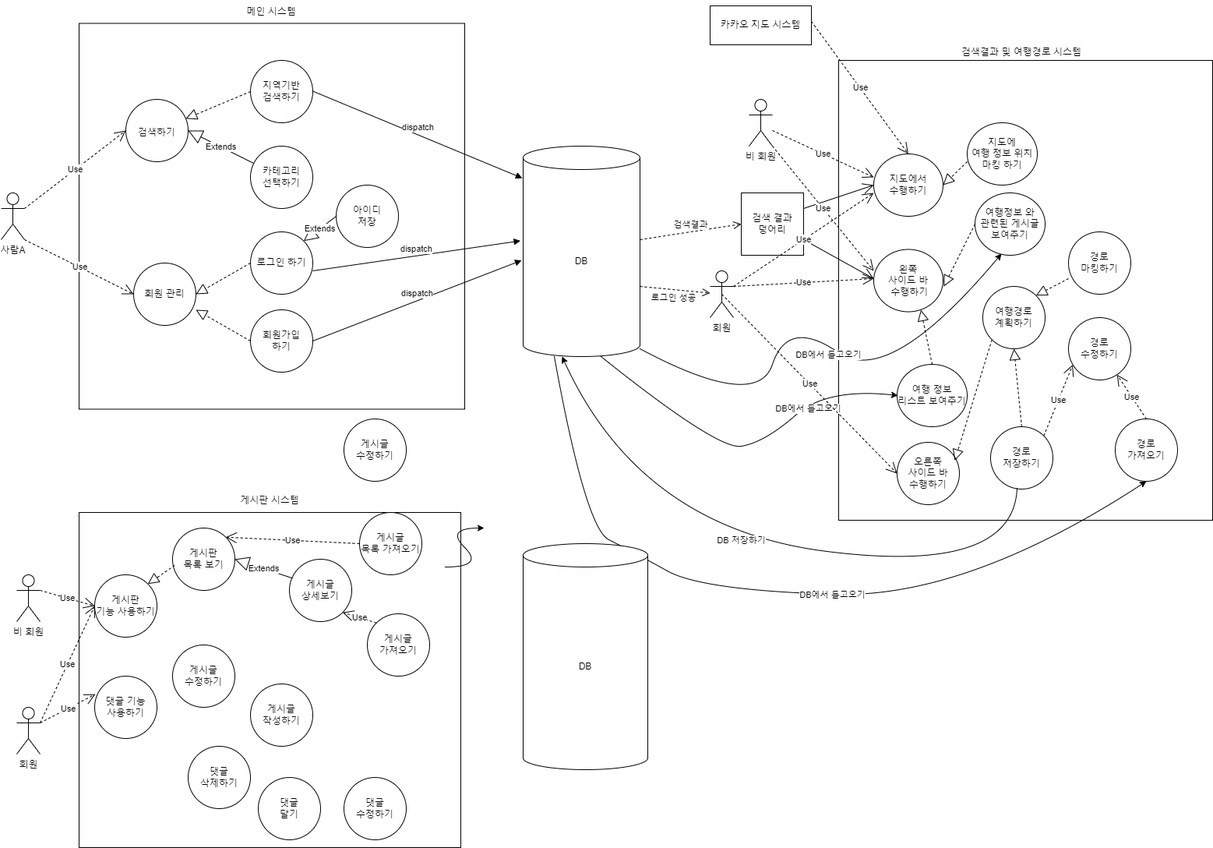
Before: usecase.drawio.png, a diagram exported from draw.io (kimhaechang1/enjoytrip). Source tidied: cells renumbered, new cells last; positions are measured from the earlier drawing's top-left corner, leaving out a move shared by most shapes.
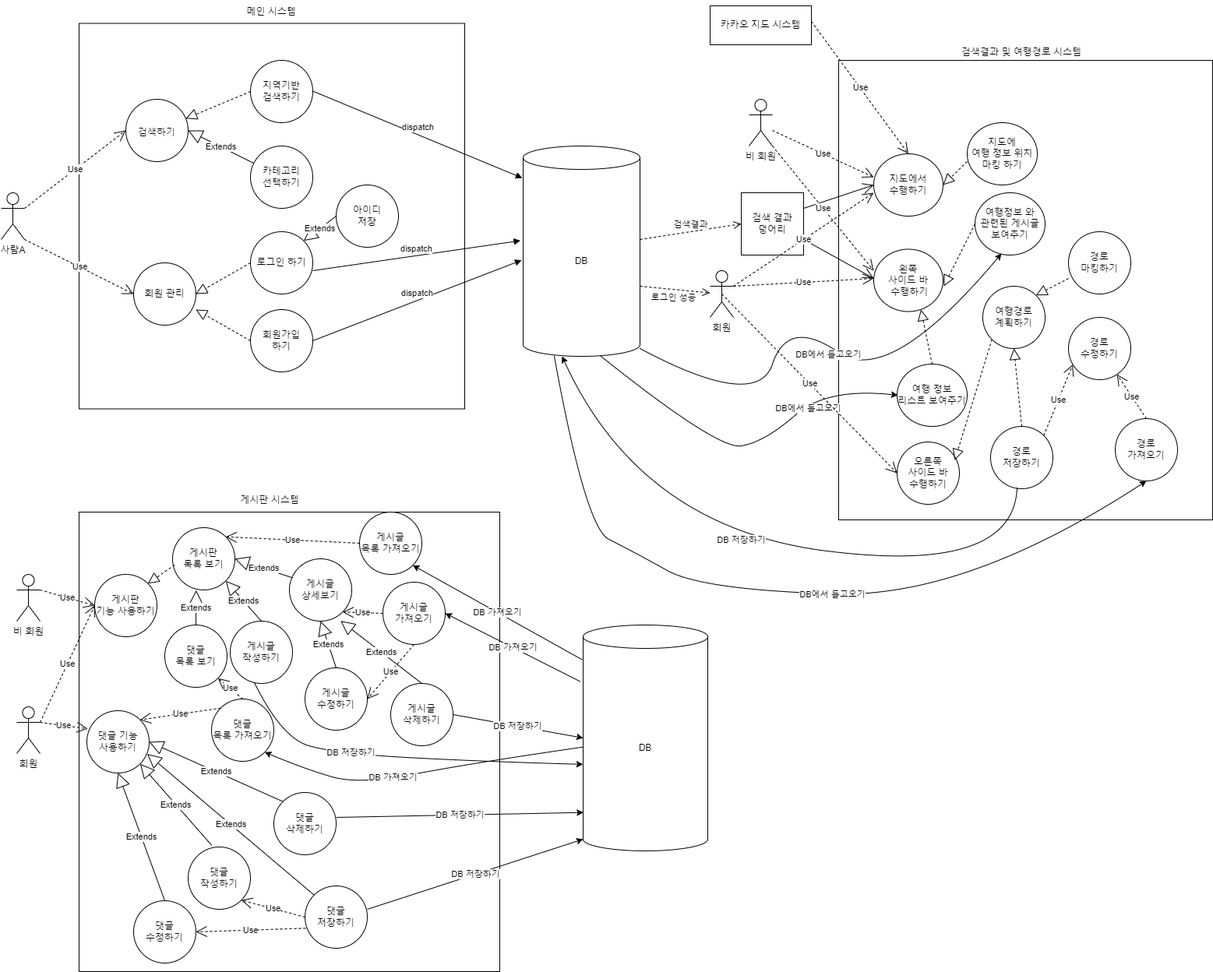
The same file after the commit.

Commit message:
usecase.drawio.png 찐찐찐막 최종본

The edit, as a diff of the source:
```diff
@@ -254,19 +254,16 @@
       </mxGeometry>
     </mxCell>
     <mxCell id="66" value="DB" style="shape=cylinder3;whiteSpace=wrap;html=1;boundedLbl=1;backgroundOutline=1;size=15;" parent="1" vertex="1">
-      <mxGeometry x="670" y="698" width="160" height="290" as="geometry" />
+      <mxGeometry x="747" y="803" width="160" height="290" as="geometry" />
     </mxCell>
     <mxCell id="67" style="rounded=0;whiteSpace=wrap;html=1;" parent="1" vertex="1">
-      <mxGeometry x="100" y="658" width="490" height="430" as="geometry" />
+      <mxGeometry x="100" y="658" width="540" height="590" as="geometry" />
     </mxCell>
     <mxCell id="68" value="게시판 시스템" style="text;html=1;strokeColor=none;fillColor=none;align=center;verticalAlign=middle;whiteSpace=wrap;rounded=0;" parent="1" vertex="1">
       <mxGeometry x="57" y="628" width="576" height="30" as="geometry" />
     </mxCell>
-    <mxCell id="69" value="게시글&lt;br&gt;수정하기" style="ellipse;whiteSpace=wrap;html=1;" parent="1" vertex="1">
-      <mxGeometry x="440" y="538" width="80" height="80" as="geometry" />
-    </mxCell>
     <mxCell id="70" value="게시글&lt;br&gt;작성하기" style="ellipse;whiteSpace=wrap;html=1;" parent="1" vertex="1">
-      <mxGeometry x="320" y="878" width="80" height="80" as="geometry" />
+      <mxGeometry x="294" y="798" width="80" height="80" as="geometry" />
     </mxCell>
     <mxCell id="71" value="게시판&lt;br&gt;목록 보기" style="ellipse;whiteSpace=wrap;html=1;" parent="1" vertex="1">
       <mxGeometry x="220" y="678" width="80" height="80" as="geometry" />
@@ -275,22 +272,22 @@
       <mxGeometry x="370" y="718" width="80" height="80" as="geometry" />
     </mxCell>
     <mxCell id="73" value="게시글&lt;br&gt;가져오기" style="ellipse;whiteSpace=wrap;html=1;" parent="1" vertex="1">
-      <mxGeometry x="470" y="788" width="80" height="80" as="geometry" />
+      <mxGeometry x="490" y="748" width="80" height="80" as="geometry" />
     </mxCell>
-    <mxCell id="74" value="댓글&lt;br&gt;달기" style="ellipse;whiteSpace=wrap;html=1;" parent="1" vertex="1">
-      <mxGeometry x="330" y="998" width="80" height="80" as="geometry" />
+    <mxCell id="74" value="댓글&lt;br&gt;작성하기" style="ellipse;whiteSpace=wrap;html=1;" parent="1" vertex="1">
+      <mxGeometry x="240" y="1088" width="80" height="80" as="geometry" />
     </mxCell>
-    <mxCell id="75" value="댓글&lt;br&gt;수정하기" style="ellipse;whiteSpace=wrap;html=1;" parent="1" vertex="1">
-      <mxGeometry x="440" y="998" width="80" height="80" as="geometry" />
+    <mxCell id="75" value="댓글&lt;br&gt;목록 가져오기" style="ellipse;whiteSpace=wrap;html=1;" parent="1" vertex="1">
+      <mxGeometry x="270" y="898" width="80" height="80" as="geometry" />
     </mxCell>
-    <mxCell id="76" value="댓글&lt;br&gt;삭제하기" style="ellipse;whiteSpace=wrap;html=1;" parent="1" vertex="1">
-      <mxGeometry x="240" y="958" width="80" height="80" as="geometry" />
+    <mxCell id="76" value="댓글&lt;br&gt;목록 보기" style="ellipse;whiteSpace=wrap;html=1;" parent="1" vertex="1">
+      <mxGeometry x="210" y="803" width="80" height="80" as="geometry" />
     </mxCell>
     <mxCell id="77" value="게시글&lt;br&gt;목록 가져오기" style="ellipse;whiteSpace=wrap;html=1;" parent="1" vertex="1">
       <mxGeometry x="460" y="658" width="80" height="80" as="geometry" />
     </mxCell>
     <mxCell id="78" value="게시글&lt;br&gt;수정하기" style="ellipse;whiteSpace=wrap;html=1;" parent="1" vertex="1">
-      <mxGeometry x="220" y="828" width="80" height="80" as="geometry" />
+      <mxGeometry x="390" y="858" width="80" height="80" as="geometry" />
     </mxCell>
     <mxCell id="79" value="회원" style="shape=umlActor;verticalLabelPosition=bottom;verticalAlign=top;html=1;outlineConnect=0;" parent="1" vertex="1">
       <mxGeometry x="20" y="908" width="30" height="60" as="geometry" />
@@ -302,7 +299,7 @@
       <mxGeometry x="120" y="738" width="80" height="80" as="geometry" />
     </mxCell>
     <mxCell id="82" value="댓글 기능&lt;br&gt;사용하기" style="ellipse;whiteSpace=wrap;html=1;" parent="1" vertex="1">
-      <mxGeometry x="120" y="868" width="80" height="80" as="geometry" />
+      <mxGeometry x="110" y="913" width="80" height="80" as="geometry" />
     </mxCell>
     <mxCell id="83" value="Use" style="endArrow=open;endSize=12;dashed=1;html=1;rounded=0;exitX=1;exitY=0.3333333333333333;exitDx=0;exitDy=0;exitPerimeter=0;entryX=0;entryY=0.5;entryDx=0;entryDy=0;" parent="1" edge="1" source="79" target="81">
       <mxGeometry relative="1" as="geometry" />
@@ -324,18 +321,98 @@
     <mxCell id="88" value="Use" style="endArrow=open;endSize=12;dashed=1;html=1;rounded=0;entryX=1;entryY=0;entryDx=0;entryDy=0;exitX=0;exitY=0.5;exitDx=0;exitDy=0;" parent="1" edge="1" source="77" target="71">
       <mxGeometry relative="1" as="geometry" />
     </mxCell>
-    <mxCell id="89" value="Use" style="endArrow=open;endSize=12;dashed=1;html=1;rounded=0;entryX=1;entryY=1;entryDx=0;entryDy=0;exitX=0;exitY=0;exitDx=0;exitDy=0;" parent="1" edge="1" source="73" target="72">
+    <mxCell id="89" value="Use" style="endArrow=open;endSize=12;dashed=1;html=1;rounded=0;entryX=1;entryY=1;entryDx=0;entryDy=0;exitX=0;exitY=0.5;exitDx=0;exitDy=0;" parent="1" edge="1" source="73" target="72">
       <mxGeometry relative="1" as="geometry" />
     </mxCell>
-    <mxCell id="90" style="curved=1;endArrow=classic;html=1;rounded=0;" parent="1" edge="1">
-      <mxGeometry relative="1" as="geometry">
-        <mxPoint x="570" y="728" as="sourcePoint" />
-        <mxPoint x="620" y="678" as="targetPoint" />
-        <Array as="points">
-          <mxPoint x="620" y="728" />
-          <mxPoint x="570" y="678" />
-        </Array>
-      </mxGeometry>
-    </mxCell>
+    <mxCell id="91" value="DB 가져오기" style="endArrow=classic;html=1;rounded=0;exitX=-0.009;exitY=0.153;exitDx=0;exitDy=0;exitPerimeter=0;entryX=1;entryY=1;entryDx=0;entryDy=0;" parent="1" edge="1" source="66" target="77">
+      <mxGeometry relative="1" as="geometry" />
+    </mxCell>
+    <mxCell id="92" value="DB 가져오기" style="endArrow=classic;html=1;rounded=0;exitX=-0.024;exitY=0.25;exitDx=0;exitDy=0;exitPerimeter=0;entryX=1;entryY=0.5;entryDx=0;entryDy=0;" parent="1" edge="1" source="66" target="73">
+      <mxGeometry relative="1" as="geometry" />
+    </mxCell>
+    <mxCell id="93" value="Extends" style="endArrow=block;endSize=16;endFill=0;html=1;rounded=0;exitX=0.5;exitY=0;exitDx=0;exitDy=0;entryX=1;entryY=1;entryDx=0;entryDy=0;" parent="1" edge="1" source="70" target="71">
+      <mxGeometry relative="1" as="geometry" />
+    </mxCell>
+    <mxCell id="94" value="Use" style="endArrow=open;endSize=12;dashed=1;html=1;rounded=0;entryX=1;entryY=0.5;entryDx=0;entryDy=0;exitX=0.5;exitY=1;exitDx=0;exitDy=0;" parent="1" edge="1" source="73" target="78">
+      <mxGeometry relative="1" as="geometry" />
+    </mxCell>
+    <mxCell id="95" value="Extends" style="endArrow=block;endSize=16;endFill=0;html=1;rounded=0;exitX=0.5;exitY=0;exitDx=0;exitDy=0;entryX=0.5;entryY=1;entryDx=0;entryDy=0;" parent="1" edge="1" source="78" target="72">
+      <mxGeometry relative="1" as="geometry" />
+    </mxCell>
+    <mxCell id="96" value="게시글&lt;br&gt;삭제하기" style="ellipse;whiteSpace=wrap;html=1;" parent="1" vertex="1">
+      <mxGeometry x="500" y="878" width="80" height="80" as="geometry" />
+    </mxCell>
+    <mxCell id="97" value="Extends" style="endArrow=block;endSize=16;endFill=0;html=1;rounded=0;exitX=0.5;exitY=0;exitDx=0;exitDy=0;entryX=0.821;entryY=0.996;entryDx=0;entryDy=0;entryPerimeter=0;" parent="1" edge="1" source="96" target="72">
+      <mxGeometry relative="1" as="geometry" />
+    </mxCell>
+    <mxCell id="98" style="curved=1;endArrow=classic;html=1;rounded=0;entryX=-0.001;entryY=0.617;entryDx=0;entryDy=0;entryPerimeter=0;exitX=0.388;exitY=0.988;exitDx=0;exitDy=0;exitPerimeter=0;" parent="1" edge="1" source="70" target="66">
+      <mxGeometry relative="1" as="geometry">
+        <Array as="points">
+          <mxPoint x="360" y="948" />
+          <mxPoint x="430" y="968" />
+          <mxPoint x="610" y="978" />
+        </Array>
+      </mxGeometry>
+    </mxCell>
+    <mxCell id="99" value="DB 저장하기" style="edgeLabel;html=1;align=center;verticalAlign=middle;" parent="98" vertex="1">
+      <mxGeometry x="-0.27" y="3" relative="1" as="geometry" />
+    </mxCell>
+    <mxCell id="100" value="Extends" style="endArrow=block;endSize=16;endFill=0;html=1;rounded=0;exitX=0.5;exitY=0;exitDx=0;exitDy=0;entryX=0.379;entryY=1.003;entryDx=0;entryDy=0;entryPerimeter=0;" parent="1" edge="1" source="76" target="71">
+      <mxGeometry relative="1" as="geometry" />
+    </mxCell>
+    <mxCell id="101" value="Use" style="endArrow=open;endSize=12;dashed=1;html=1;rounded=0;entryX=1;entryY=1;entryDx=0;entryDy=0;exitX=0.5;exitY=0;exitDx=0;exitDy=0;" parent="1" edge="1" source="75" target="76">
+      <mxGeometry relative="1" as="geometry" />
+    </mxCell>
+    <mxCell id="102" style="curved=1;endArrow=classic;html=1;rounded=0;entryX=1;entryY=1;entryDx=0;entryDy=0;" parent="1" edge="1" source="66" target="75">
+      <mxGeometry relative="1" as="geometry">
+        <Array as="points">
+          <mxPoint x="600" y="981" />
+          <mxPoint x="460" y="1008" />
+          <mxPoint x="390" y="988" />
+        </Array>
+      </mxGeometry>
+    </mxCell>
+    <mxCell id="103" value="DB 가져오기" style="edgeLabel;html=1;align=center;verticalAlign=middle;" parent="102" vertex="1">
+      <mxGeometry x="0.18" y="-1" relative="1" as="geometry" />
+    </mxCell>
+    <mxCell id="104" value="댓글&lt;br&gt;수정하기" style="ellipse;whiteSpace=wrap;html=1;" parent="1" vertex="1">
+      <mxGeometry x="170" y="1157" width="80" height="80" as="geometry" />
+    </mxCell>
+    <mxCell id="105" value="댓글&lt;br&gt;저장하기" style="ellipse;whiteSpace=wrap;html=1;" parent="1" vertex="1">
+      <mxGeometry x="390" y="1138" width="80" height="80" as="geometry" />
+    </mxCell>
+    <mxCell id="106" value="댓글&lt;br&gt;삭제하기" style="ellipse;whiteSpace=wrap;html=1;" parent="1" vertex="1">
+      <mxGeometry x="350" y="1018" width="80" height="80" as="geometry" />
+    </mxCell>
+    <mxCell id="107" value="DB 저장하기" style="endArrow=classic;html=1;rounded=0;exitX=1;exitY=0.5;exitDx=0;exitDy=0;entryX=0;entryY=0.5;entryDx=0;entryDy=0;entryPerimeter=0;" parent="1" edge="1" source="96" target="66">
+      <mxGeometry relative="1" as="geometry" />
+    </mxCell>
+    <mxCell id="108" value="Extends" style="endArrow=block;endSize=16;endFill=0;html=1;rounded=0;exitX=0.379;exitY=-0.026;exitDx=0;exitDy=0;entryX=1;entryY=1;entryDx=0;entryDy=0;exitPerimeter=0;" parent="1" edge="1" source="74" target="82">
+      <mxGeometry relative="1" as="geometry" />
+    </mxCell>
+    <mxCell id="109" value="Extends" style="endArrow=block;endSize=16;endFill=0;html=1;rounded=0;exitX=0.5;exitY=0;exitDx=0;exitDy=0;entryX=0.5;entryY=1;entryDx=0;entryDy=0;" parent="1" edge="1" source="104" target="82">
+      <mxGeometry relative="1" as="geometry" />
+    </mxCell>
+    <mxCell id="110" value="Extends" style="endArrow=block;endSize=16;endFill=0;html=1;rounded=0;exitX=0;exitY=0;exitDx=0;exitDy=0;entryX=1;entryY=0.5;entryDx=0;entryDy=0;" parent="1" edge="1" source="106" target="82">
+      <mxGeometry relative="1" as="geometry" />
+    </mxCell>
+    <mxCell id="111" value="Extends" style="endArrow=block;endSize=16;endFill=0;html=1;rounded=0;exitX=0;exitY=0;exitDx=0;exitDy=0;entryX=0.968;entryY=0.694;entryDx=0;entryDy=0;entryPerimeter=0;" parent="1" edge="1" source="105" target="82">
+      <mxGeometry relative="1" as="geometry" />
+    </mxCell>
+    <mxCell id="112" value="DB 저장하기" style="endArrow=classic;html=1;rounded=0;exitX=1.004;exitY=0.4;exitDx=0;exitDy=0;entryX=0.002;entryY=0.83;entryDx=0;entryDy=0;entryPerimeter=0;exitPerimeter=0;" parent="1" edge="1" source="106" target="66">
+      <mxGeometry relative="1" as="geometry" />
+    </mxCell>
+    <mxCell id="113" value="Use" style="endArrow=open;endSize=12;dashed=1;html=1;rounded=0;entryX=1;entryY=1;entryDx=0;entryDy=0;exitX=0;exitY=0.5;exitDx=0;exitDy=0;" parent="1" edge="1" source="105" target="74">
+      <mxGeometry relative="1" as="geometry" />
+    </mxCell>
+    <mxCell id="114" value="Use" style="endArrow=open;endSize=12;dashed=1;html=1;rounded=0;entryX=1;entryY=0.5;entryDx=0;entryDy=0;exitX=0.012;exitY=0.679;exitDx=0;exitDy=0;exitPerimeter=0;" parent="1" edge="1" source="105" target="104">
+      <mxGeometry relative="1" as="geometry" />
+    </mxCell>
+    <mxCell id="115" value="DB 저장하기" style="endArrow=classic;html=1;rounded=0;exitX=1;exitY=0.375;exitDx=0;exitDy=0;entryX=0;entryY=1;entryDx=0;entryDy=-15;entryPerimeter=0;exitPerimeter=0;" parent="1" edge="1" source="105" target="66">
+      <mxGeometry relative="1" as="geometry" />
+    </mxCell>
+    <mxCell id="116" value="Use" style="endArrow=open;endSize=12;dashed=1;html=1;rounded=0;entryX=1;entryY=0;entryDx=0;entryDy=0;exitX=0;exitY=0;exitDx=0;exitDy=0;" parent="1" edge="1" source="75" target="82">
+      <mxGeometry relative="1" as="geometry" />
+    </mxCell>
   </root>
 </mxGraphModel>
```
